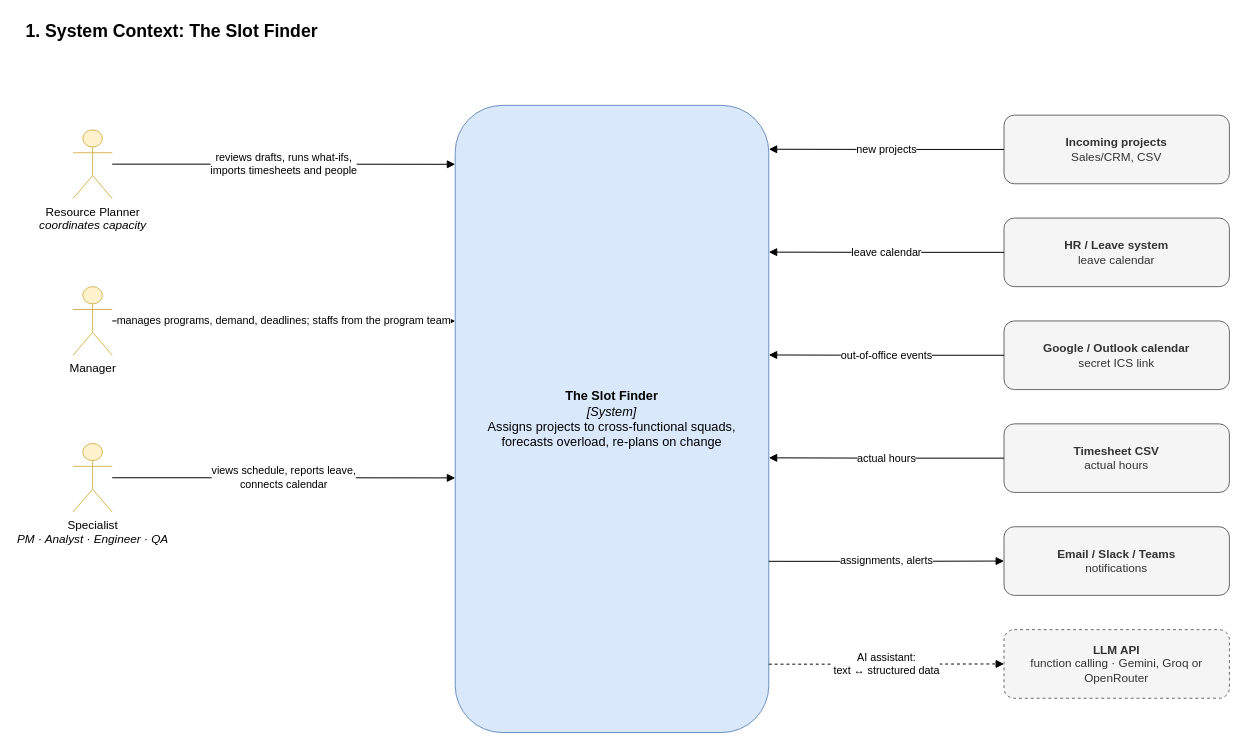
Before: page "1. Context" (1 of 9) of docs/architecture.drawio in dophnamm/the-slot-finder, a draw.io diagram. Source tidied: cells renumbered, new cells numbered last; positions are measured from the earlier drawing's top-left corner, leaving out a move shared by most shapes. Both pictures are drawn from the tidied source at 98%, with x=0, y=0 at pixel (24, 17).
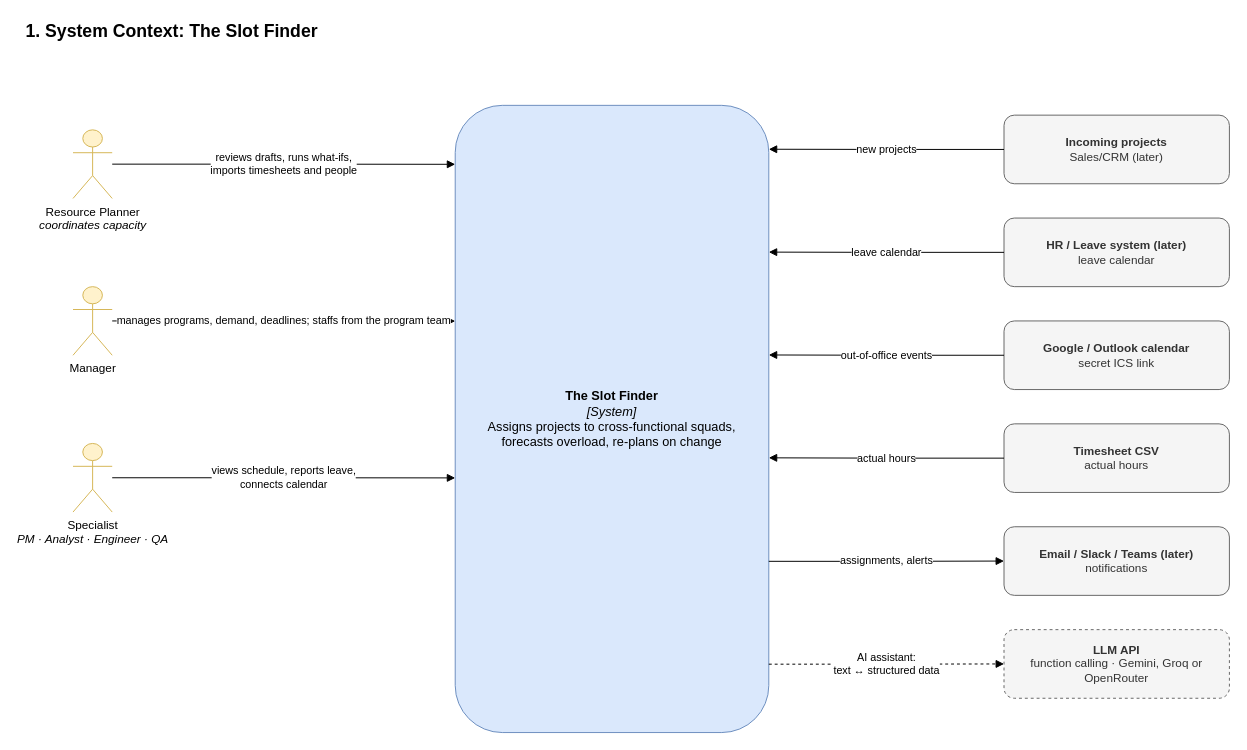
The same diagram, later.

Change to the diagram source:
```diff
@@
-    <mxCell id="10" value="&lt;b&gt;Incoming projects&lt;/b&gt;&lt;br&gt;Sales/CRM, CSV" style="rounded=1;whiteSpace=wrap;html=1;fillColor=#f5f5f5;strokeColor=#666666;fontColor=#333333;" parent="1" vertex="1">
+    <mxCell id="10" value="&lt;b&gt;Incoming projects&lt;/b&gt;&lt;br&gt;Sales/CRM (later)" style="rounded=1;whiteSpace=wrap;html=1;fillColor=#f5f5f5;strokeColor=#666666;fontColor=#333333;" parent="1" vertex="1">
       <mxGeometry x="1000" y="100" width="230" height="70" as="geometry" />
     </mxCell>
@@
-    <mxCell id="12" value="&lt;b&gt;HR / Leave system&lt;/b&gt;&lt;br&gt;leave calendar" style="rounded=1;whiteSpace=wrap;html=1;fillColor=#f5f5f5;strokeColor=#666666;fontColor=#333333;" parent="1" vertex="1">
+    <mxCell id="12" value="&lt;b&gt;HR / Leave system (later)&lt;/b&gt;&lt;br&gt;leave calendar" style="rounded=1;whiteSpace=wrap;html=1;fillColor=#f5f5f5;strokeColor=#666666;fontColor=#333333;" parent="1" vertex="1">
       <mxGeometry x="1000" y="205" width="230" height="70" as="geometry" />
     </mxCell>
@@
-    <mxCell id="18" value="&lt;b&gt;Email / Slack / Teams&lt;/b&gt;&lt;br&gt;notifications" style="rounded=1;whiteSpace=wrap;html=1;fillColor=#f5f5f5;strokeColor=#666666;fontColor=#333333;" parent="1" vertex="1">
+    <mxCell id="18" value="&lt;b&gt;Email / Slack / Teams (later)&lt;/b&gt;&lt;br&gt;notifications" style="rounded=1;whiteSpace=wrap;html=1;fillColor=#f5f5f5;strokeColor=#666666;fontColor=#333333;" parent="1" vertex="1">
       <mxGeometry x="1000" y="520" width="230" height="70" as="geometry" />
     </mxCell>
```
